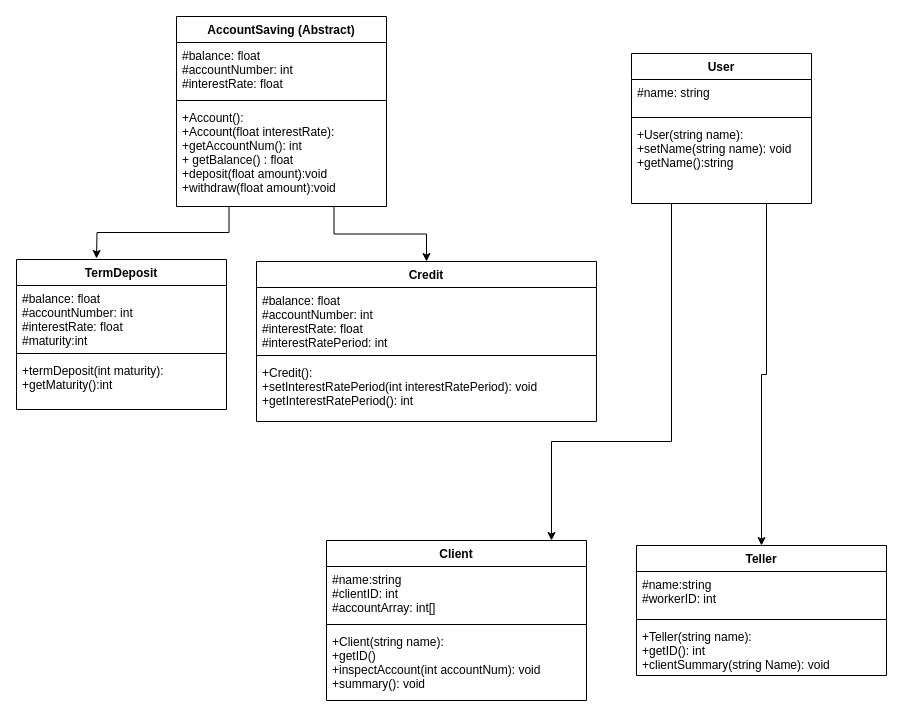
Earlier version of the draw.io diagram BANK.drawio (ooyendyk/OOP-MajorPractical-S2). Source tidied: cells renumbered, new cells numbered last; positions are measured from the earlier drawing's top-left corner, leaving out a move shared by most shapes. Both pictures are drawn from the tidied source at 100%, with x=0, y=0 at pixel (16, 16).
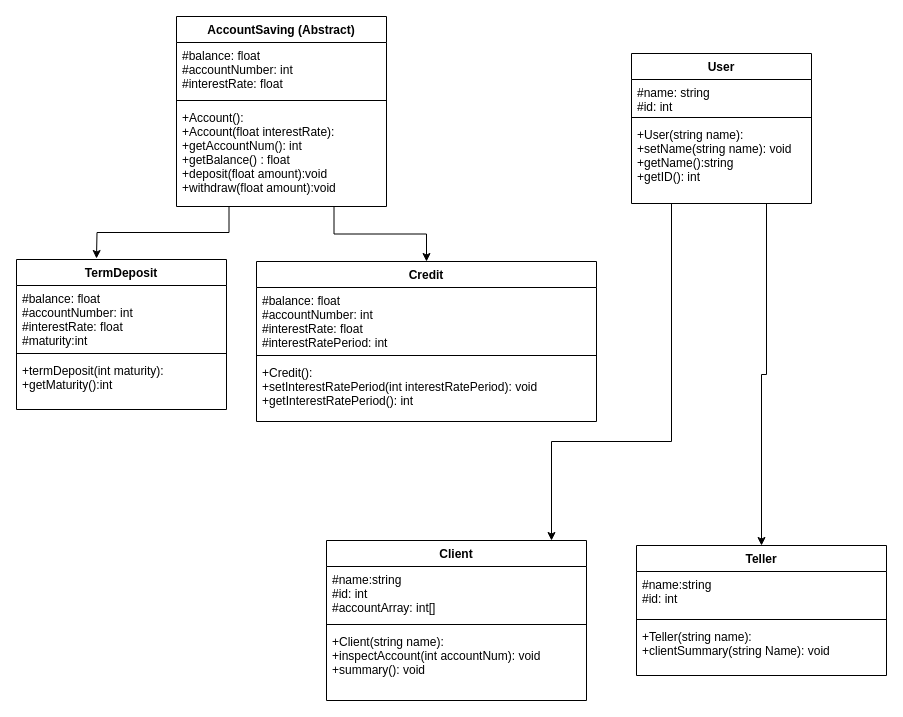
Above is the later version.

Commit message (it also covers changes not shown here):
Improved UML. Added User, Client and Teller tests

Unchanged cells that the change refers to:
```xml
<mxCell id="4" value="AccountSaving (Abstract)" style="swimlane;fontStyle=1;align=center;verticalAlign=top;horizontal=1;startSize=26;" parent="1" vertex="1">
  <mxGeometry x="160" width="210" height="190" as="geometry" />
</mxCell>
<mxCell id="14" value="User" style="swimlane;fontStyle=1;align=center;verticalAlign=top;horizontal=1;startSize=26;" parent="1" vertex="1">
  <mxGeometry x="615" y="37" width="180" height="150" as="geometry" />
</mxCell>
<mxCell id="18" value="Client" style="swimlane;fontStyle=1;align=center;verticalAlign=top;horizontal=1;startSize=26;" parent="1" vertex="1">
  <mxGeometry x="310" y="524" width="260" height="160" as="geometry" />
</mxCell>
<mxCell id="22" value="Teller" style="swimlane;fontStyle=1;align=center;verticalAlign=top;horizontal=1;startSize=26;" parent="1" vertex="1">
  <mxGeometry x="620" y="529" width="250" height="130" as="geometry" />
</mxCell>
```

The edit, as a diff of the source:
```diff
@@
-    <mxCell id="7" value="+Account():&#10;+Account(float interestRate):&#10;+getAccountNum(): int&#10;+ getBalance() : float&#10;+deposit(float amount):void&#10;+withdraw(float amount):void&#10;&#10;&#10;" style="text;strokeColor=none;fillColor=none;align=left;verticalAlign=top;spacingLeft=4;spacingRight=4;overflow=hidden;" parent="4" vertex="1">
+    <mxCell id="7" value="+Account():&#10;+Account(float interestRate):&#10;+getAccountNum(): int&#10;+getBalance() : float&#10;+deposit(float amount):void&#10;+withdraw(float amount):void&#10;&#10;&#10;" style="text;strokeColor=none;fillColor=none;align=left;verticalAlign=top;spacingLeft=4;spacingRight=4;overflow=hidden;" parent="4" vertex="1">
       <mxGeometry y="88" width="210" height="102" as="geometry" />
     </mxCell>
@@
-    <mxCell id="15" value="#name: string" style="text;strokeColor=none;fillColor=none;align=left;verticalAlign=top;spacingLeft=4;spacingRight=4;overflow=hidden;" parent="14" vertex="1">
+    <mxCell id="15" value="#name: string&#10;#id: int" style="text;strokeColor=none;fillColor=none;align=left;verticalAlign=top;spacingLeft=4;spacingRight=4;overflow=hidden;" parent="14" vertex="1">
       <mxGeometry y="26" width="180" height="34" as="geometry" />
     </mxCell>
@@
-    <mxCell id="17" value="+User(string name):&#10;+setName(string name): void&#10;+getName():string&#10;&#10;&#10;" style="text;strokeColor=none;fillColor=none;align=left;verticalAlign=top;spacingLeft=4;spacingRight=4;overflow=hidden;" parent="14" vertex="1">
+    <mxCell id="17" value="+User(string name):&#10;+setName(string name): void&#10;+getName():string&#10;+getID(): int&#10;&#10;&#10;" style="text;strokeColor=none;fillColor=none;align=left;verticalAlign=top;spacingLeft=4;spacingRight=4;overflow=hidden;" parent="14" vertex="1">
       <mxGeometry y="68" width="180" height="82" as="geometry" />
     </mxCell>
@@
-    <mxCell id="19" value="#name:string&#10;#clientID: int&#10;#accountArray: int[]" style="text;strokeColor=none;fillColor=none;align=left;verticalAlign=top;spacingLeft=4;spacingRight=4;overflow=hidden;" parent="18" vertex="1">
+    <mxCell id="19" value="#name:string&#10;#id: int&#10;#accountArray: int[]" style="text;strokeColor=none;fillColor=none;align=left;verticalAlign=top;spacingLeft=4;spacingRight=4;overflow=hidden;" parent="18" vertex="1">
       <mxGeometry y="26" width="260" height="54" as="geometry" />
     </mxCell>
@@
-    <mxCell id="21" value="+Client(string name):&#10;+getID()&#10;+inspectAccount(int accountNum): void&#10;+summary(): void&#10;" style="text;strokeColor=none;fillColor=none;align=left;verticalAlign=top;spacingLeft=4;spacingRight=4;overflow=hidden;" parent="18" vertex="1">
+    <mxCell id="21" value="+Client(string name):&#10;+inspectAccount(int accountNum): void&#10;+summary(): void&#10;" style="text;strokeColor=none;fillColor=none;align=left;verticalAlign=top;spacingLeft=4;spacingRight=4;overflow=hidden;" parent="18" vertex="1">
       <mxGeometry y="88" width="260" height="72" as="geometry" />
     </mxCell>
@@
-    <mxCell id="23" value="#name:string&#10;#workerID: int&#10;&#10;&#10;" style="text;strokeColor=none;fillColor=none;align=left;verticalAlign=top;spacingLeft=4;spacingRight=4;overflow=hidden;" parent="22" vertex="1">
+    <mxCell id="23" value="#name:string&#10;#id: int&#10;&#10;&#10;" style="text;strokeColor=none;fillColor=none;align=left;verticalAlign=top;spacingLeft=4;spacingRight=4;overflow=hidden;" parent="22" vertex="1">
       <mxGeometry y="26" width="250" height="44" as="geometry" />
     </mxCell>
@@
-    <mxCell id="25" value="+Teller(string name):&#10;+getID(): int&#10;+clientSummary(string Name): void" style="text;strokeColor=none;fillColor=none;align=left;verticalAlign=top;spacingLeft=4;spacingRight=4;overflow=hidden;" parent="22" vertex="1">
+    <mxCell id="25" value="+Teller(string name):&#10;+clientSummary(string Name): void" style="text;strokeColor=none;fillColor=none;align=left;verticalAlign=top;spacingLeft=4;spacingRight=4;overflow=hidden;" parent="22" vertex="1">
       <mxGeometry y="78" width="250" height="52" as="geometry" />
     </mxCell>
```
